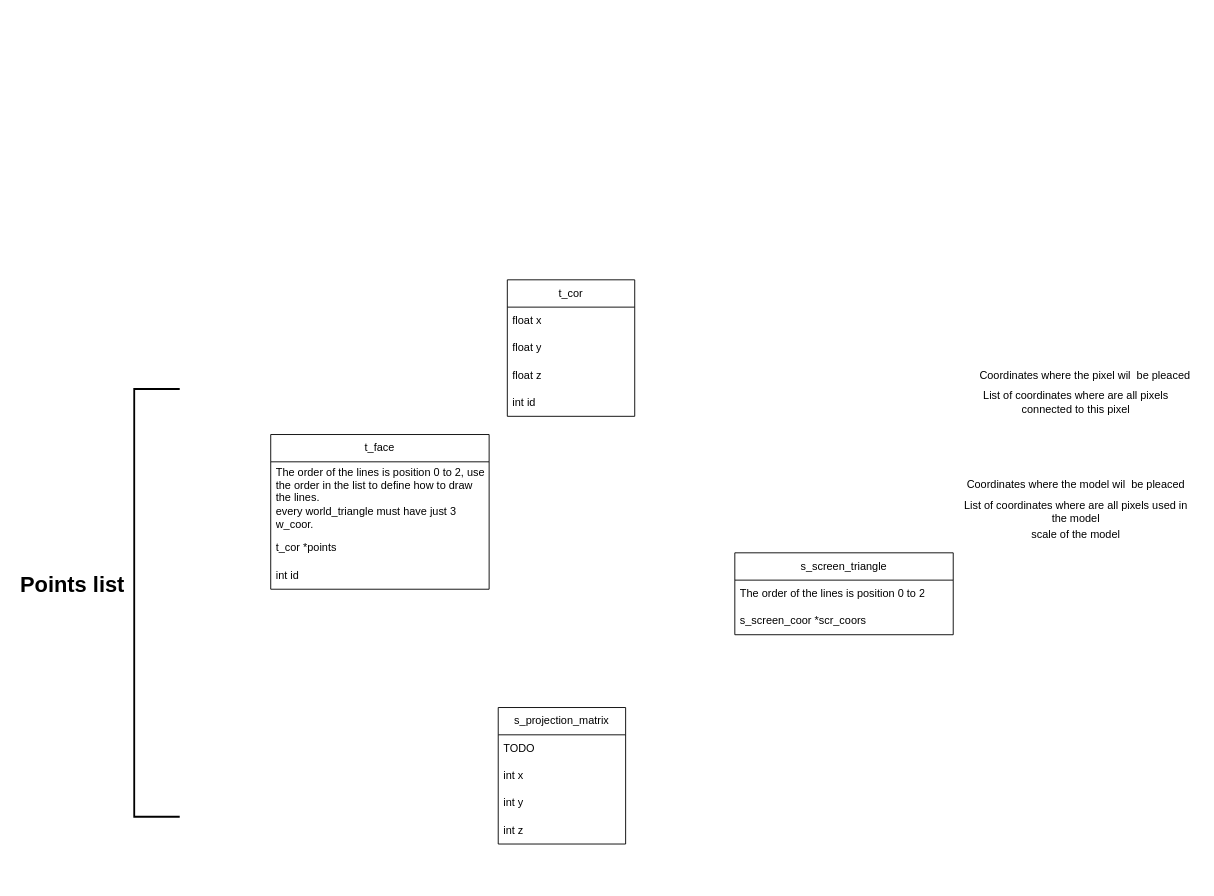
Before: page "data layer" (2 of 4) of Untitled Diagram.drawio in nythocampos/42_code, a draw.io diagram. Source tidied: cells renumbered, new cells numbered last; positions are measured from the earlier drawing's top-left corner, leaving out a move shared by most shapes. Both pictures are drawn from the tidied source at 91%, with x=0, y=0 at pixel (15, 279).
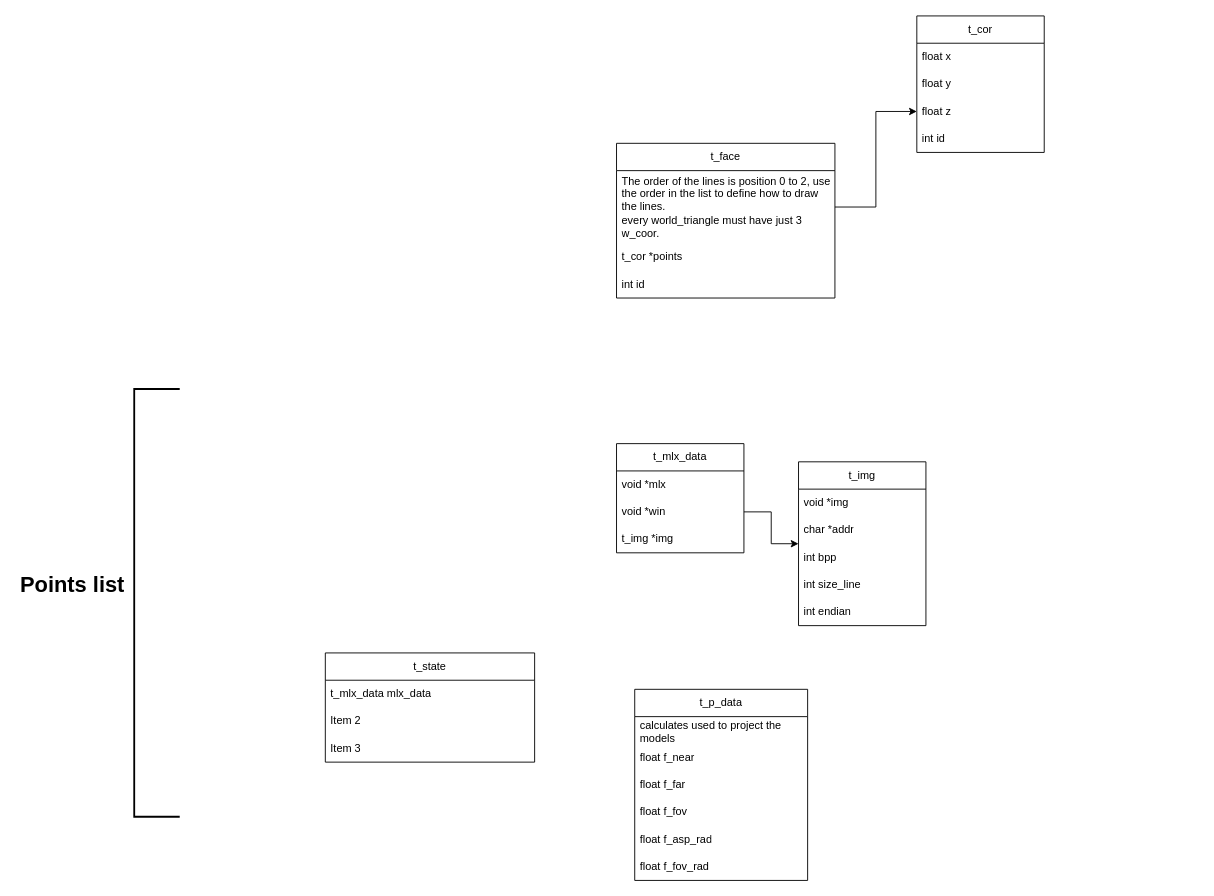
The same page after the edit.

The change refers to these unchanged cells:
```xml
<mxCell id="7" value="float z" style="text;strokeColor=none;fillColor=none;align=left;verticalAlign=middle;spacingLeft=4;spacingRight=4;overflow=hidden;points=[[0,0.5],[1,0.5]];portConstraint=eastwest;whiteSpace=wrap;html=1;" parent="4" vertex="1">
  <mxGeometry y="90" width="140" height="30" as="geometry" />
</mxCell>
<mxCell id="15" value="The order of the lines is position 0 to 2, use the order in the list to define how to draw the lines.&lt;br&gt;every world_triangle must have just 3 w_coor." style="text;strokeColor=none;fillColor=none;align=left;verticalAlign=middle;spacingLeft=4;spacingRight=4;overflow=hidden;points=[[0,0.5],[1,0.5]];portConstraint=eastwest;whiteSpace=wrap;html=1;" parent="14" vertex="1">
  <mxGeometry y="30" width="240" height="80" as="geometry" />
</mxCell>
```

What changed in the source:
```diff
@@
     <mxCell id="4" value="t_cor" style="swimlane;fontStyle=0;horizontal=1;startSize=30;whiteSpace=wrap;html=1;" parent="1" vertex="1">
-      <mxGeometry x="540" width="140" height="150" as="geometry" />
+      <mxGeometry x="990" y="-290" width="140" height="150" as="geometry" />
     </mxCell>
@@
-    <mxCell id="9" value="Coordinates where the model wil &amp;nbsp;be pleaced" style="text;html=1;strokeColor=none;fillColor=none;align=center;verticalAlign=middle;whiteSpace=wrap;rounded=0;" parent="1" vertex="1">
-      <mxGeometry x="1040" y="210" width="250" height="30" as="geometry" />
-    </mxCell>
-    <mxCell id="10" value="List of coordinates where are all pixels connected to this pixel" style="text;html=1;strokeColor=none;fillColor=none;align=center;verticalAlign=middle;whiteSpace=wrap;rounded=0;" parent="1" vertex="1">
-      <mxGeometry x="1040" y="120" width="250" height="30" as="geometry" />
-    </mxCell>
-    <mxCell id="11" value="Coordinates where the pixel wil &amp;nbsp;be pleaced" style="text;html=1;strokeColor=none;fillColor=none;align=center;verticalAlign=middle;whiteSpace=wrap;rounded=0;" parent="1" vertex="1">
-      <mxGeometry x="1050" y="90" width="250" height="30" as="geometry" />
-    </mxCell>
-    <mxCell id="12" value="List of coordinates where are all pixels used in the model" style="text;html=1;strokeColor=none;fillColor=none;align=center;verticalAlign=middle;whiteSpace=wrap;rounded=0;" parent="1" vertex="1">
-      <mxGeometry x="1040" y="240" width="250" height="30" as="geometry" />
-    </mxCell>
-    <mxCell id="13" value="scale of the model" style="text;html=1;strokeColor=none;fillColor=none;align=center;verticalAlign=middle;whiteSpace=wrap;rounded=0;" parent="1" vertex="1">
-      <mxGeometry x="1040" y="265" width="250" height="30" as="geometry" />
-    </mxCell>
     <mxCell id="14" value="t_face" style="swimlane;fontStyle=0;horizontal=1;startSize=30;whiteSpace=wrap;html=1;" parent="1" vertex="1">
-      <mxGeometry x="280" y="170" width="240" height="170" as="geometry" />
+      <mxGeometry x="660" y="-150" width="240" height="170" as="geometry" />
     </mxCell>
@@
-    <mxCell id="18" value="s_screen_triangle" style="swimlane;fontStyle=0;horizontal=1;startSize=30;whiteSpace=wrap;html=1;" parent="1" vertex="1">
-      <mxGeometry x="790" y="300" width="240" height="90" as="geometry" />
-    </mxCell>
-    <mxCell id="19" value="The order of the lines is position 0 to 2" style="text;strokeColor=none;fillColor=none;align=left;verticalAlign=middle;spacingLeft=4;spacingRight=4;overflow=hidden;whiteSpace=wrap;html=1;" parent="18" vertex="1">
-      <mxGeometry y="30" width="240" height="30" as="geometry" />
-    </mxCell>
-    <mxCell id="20" value="s_screen_coor *scr_coors" style="text;strokeColor=none;fillColor=none;align=left;verticalAlign=middle;spacingLeft=4;spacingRight=4;overflow=hidden;whiteSpace=wrap;html=1;" parent="18" vertex="1">
-      <mxGeometry y="60" width="240" height="30" as="geometry" />
-    </mxCell>
-    <mxCell id="21" value="s_projection_matrix" style="swimlane;fontStyle=0;horizontal=1;startSize=30;whiteSpace=wrap;html=1;" parent="1" vertex="1">
-      <mxGeometry x="530" y="470" width="140" height="150" as="geometry" />
-    </mxCell>
-    <mxCell id="22" value="TODO" style="text;strokeColor=none;fillColor=none;align=left;verticalAlign=middle;spacingLeft=4;spacingRight=4;overflow=hidden;whiteSpace=wrap;html=1;" parent="21" vertex="1">
-      <mxGeometry y="30" width="140" height="30" as="geometry" />
-    </mxCell>
-    <mxCell id="23" value="int x" style="text;strokeColor=none;fillColor=none;align=left;verticalAlign=middle;spacingLeft=4;spacingRight=4;overflow=hidden;whiteSpace=wrap;html=1;" parent="21" vertex="1">
-      <mxGeometry y="60" width="140" height="30" as="geometry" />
-    </mxCell>
-    <mxCell id="24" value="int y" style="text;strokeColor=none;fillColor=none;align=left;verticalAlign=middle;spacingLeft=4;spacingRight=4;overflow=hidden;whiteSpace=wrap;html=1;" parent="21" vertex="1">
-      <mxGeometry y="90" width="140" height="30" as="geometry" />
-    </mxCell>
-    <mxCell id="25" value="int z" style="text;strokeColor=none;fillColor=none;align=left;verticalAlign=middle;spacingLeft=4;spacingRight=4;overflow=hidden;whiteSpace=wrap;html=1;" parent="21" vertex="1">
-      <mxGeometry y="120" width="140" height="30" as="geometry" />
-    </mxCell>
+    <mxCell id="26" value="t_p_data" style="swimlane;fontStyle=0;horizontal=1;startSize=30;whiteSpace=wrap;html=1;" parent="1" vertex="1">
+      <mxGeometry x="680" y="450" width="190" height="210" as="geometry" />
+    </mxCell>
+    <mxCell id="27" value="calculates used to project the models" style="text;strokeColor=none;fillColor=none;align=left;verticalAlign=middle;spacingLeft=4;spacingRight=4;overflow=hidden;whiteSpace=wrap;html=1;" parent="26" vertex="1">
+      <mxGeometry y="30" width="190" height="30" as="geometry" />
+    </mxCell>
+    <mxCell id="28" value="float f_near" style="text;strokeColor=none;fillColor=none;align=left;verticalAlign=middle;spacingLeft=4;spacingRight=4;overflow=hidden;whiteSpace=wrap;html=1;" parent="26" vertex="1">
+      <mxGeometry y="60" width="190" height="30" as="geometry" />
+    </mxCell>
+    <mxCell id="29" value="float f_far" style="text;strokeColor=none;fillColor=none;align=left;verticalAlign=middle;spacingLeft=4;spacingRight=4;overflow=hidden;whiteSpace=wrap;html=1;" parent="26" vertex="1">
+      <mxGeometry y="90" width="190" height="30" as="geometry" />
+    </mxCell>
+    <mxCell id="30" value="float f_fov" style="text;strokeColor=none;fillColor=none;align=left;verticalAlign=middle;spacingLeft=4;spacingRight=4;overflow=hidden;whiteSpace=wrap;html=1;" parent="26" vertex="1">
+      <mxGeometry y="120" width="190" height="30" as="geometry" />
+    </mxCell>
+    <mxCell id="31" value="float f_asp_rad" style="text;strokeColor=none;fillColor=none;align=left;verticalAlign=middle;spacingLeft=4;spacingRight=4;overflow=hidden;whiteSpace=wrap;html=1;" parent="26" vertex="1">
+      <mxGeometry y="150" width="190" height="30" as="geometry" />
+    </mxCell>
+    <mxCell id="32" value="float f_fov_rad" style="text;strokeColor=none;fillColor=none;align=left;verticalAlign=middle;spacingLeft=4;spacingRight=4;overflow=hidden;whiteSpace=wrap;html=1;" parent="26" vertex="1">
+      <mxGeometry y="180" width="190" height="30" as="geometry" />
+    </mxCell>
+    <mxCell id="33" value="t_img" style="swimlane;fontStyle=0;horizontal=1;startSize=30;whiteSpace=wrap;html=1;" parent="1" vertex="1">
+      <mxGeometry x="860" y="200" width="140" height="180" as="geometry" />
+    </mxCell>
+    <mxCell id="34" value="void *img" style="text;strokeColor=none;fillColor=none;align=left;verticalAlign=middle;spacingLeft=4;spacingRight=4;overflow=hidden;whiteSpace=wrap;html=1;" parent="33" vertex="1">
+      <mxGeometry y="30" width="140" height="30" as="geometry" />
+    </mxCell>
+    <mxCell id="35" value="char *addr" style="text;strokeColor=none;fillColor=none;align=left;verticalAlign=middle;spacingLeft=4;spacingRight=4;overflow=hidden;whiteSpace=wrap;html=1;" parent="33" vertex="1">
+      <mxGeometry y="60" width="140" height="30" as="geometry" />
+    </mxCell>
+    <mxCell id="36" value="int bpp" style="text;strokeColor=none;fillColor=none;align=left;verticalAlign=middle;spacingLeft=4;spacingRight=4;overflow=hidden;whiteSpace=wrap;html=1;" parent="33" vertex="1">
+      <mxGeometry y="90" width="140" height="30" as="geometry" />
+    </mxCell>
+    <mxCell id="37" value="int size_line" style="text;strokeColor=none;fillColor=none;align=left;verticalAlign=middle;spacingLeft=4;spacingRight=4;overflow=hidden;whiteSpace=wrap;html=1;" parent="33" vertex="1">
+      <mxGeometry y="120" width="140" height="30" as="geometry" />
+    </mxCell>
+    <mxCell id="38" value="int endian" style="text;strokeColor=none;fillColor=none;align=left;verticalAlign=middle;spacingLeft=4;spacingRight=4;overflow=hidden;whiteSpace=wrap;html=1;" parent="33" vertex="1">
+      <mxGeometry y="150" width="140" height="30" as="geometry" />
+    </mxCell>
+    <mxCell id="39" value="t_mlx_data" style="swimlane;fontStyle=0;horizontal=1;startSize=30;whiteSpace=wrap;html=1;" parent="1" vertex="1">
+      <mxGeometry x="660" y="180" width="140" height="120" as="geometry" />
+    </mxCell>
+    <mxCell id="40" value="void *mlx" style="text;strokeColor=none;fillColor=none;align=left;verticalAlign=middle;spacingLeft=4;spacingRight=4;overflow=hidden;whiteSpace=wrap;html=1;" parent="39" vertex="1">
+      <mxGeometry y="30" width="140" height="30" as="geometry" />
+    </mxCell>
+    <mxCell id="41" value="void *win" style="text;strokeColor=none;fillColor=none;align=left;verticalAlign=middle;spacingLeft=4;spacingRight=4;overflow=hidden;points=[[0,0.5],[1,0.5]];portConstraint=eastwest;whiteSpace=wrap;html=1;" parent="39" vertex="1">
+      <mxGeometry y="60" width="140" height="30" as="geometry" />
+    </mxCell>
+    <mxCell id="42" value="t_img *img" style="text;strokeColor=none;fillColor=none;align=left;verticalAlign=middle;spacingLeft=4;spacingRight=4;overflow=hidden;whiteSpace=wrap;html=1;" parent="39" vertex="1">
+      <mxGeometry y="90" width="140" height="30" as="geometry" />
+    </mxCell>
+    <mxCell id="43" value="t_state" style="swimlane;fontStyle=0;horizontal=1;startSize=30;whiteSpace=wrap;html=1;" parent="1" vertex="1">
+      <mxGeometry x="340" y="410" width="230" height="120" as="geometry" />
+    </mxCell>
+    <mxCell id="44" value="t_mlx_data mlx_data" style="text;strokeColor=none;fillColor=none;align=left;verticalAlign=middle;spacingLeft=4;spacingRight=4;overflow=hidden;whiteSpace=wrap;html=1;" parent="43" vertex="1">
+      <mxGeometry y="30" width="230" height="30" as="geometry" />
+    </mxCell>
+    <mxCell id="45" value="Item 2" style="text;strokeColor=none;fillColor=none;align=left;verticalAlign=middle;spacingLeft=4;spacingRight=4;overflow=hidden;whiteSpace=wrap;html=1;" parent="43" vertex="1">
+      <mxGeometry y="60" width="230" height="30" as="geometry" />
+    </mxCell>
+    <mxCell id="46" value="Item 3" style="text;strokeColor=none;fillColor=none;align=left;verticalAlign=middle;spacingLeft=4;spacingRight=4;overflow=hidden;whiteSpace=wrap;html=1;" parent="43" vertex="1">
+      <mxGeometry y="90" width="230" height="30" as="geometry" />
+    </mxCell>
+    <mxCell id="47" style="edgeStyle=orthogonalEdgeStyle;rounded=0;jettySize=auto;html=1;exitX=1;exitY=0.5;exitDx=0;exitDy=0;entryX=0;entryY=0.5;entryDx=0;entryDy=0;" parent="1" edge="1" source="41" target="33">
+      <mxGeometry relative="1" as="geometry" />
+    </mxCell>
+    <mxCell id="48" style="edgeStyle=orthogonalEdgeStyle;rounded=0;jettySize=auto;html=1;exitX=1;exitY=0.5;exitDx=0;exitDy=0;entryX=0;entryY=0.5;entryDx=0;entryDy=0;" parent="1" edge="1" source="15" target="7">
+      <mxGeometry relative="1" as="geometry" />
+    </mxCell>
```
